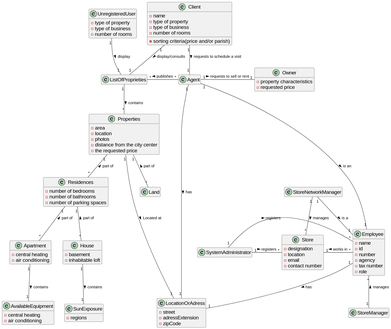
Earlier version of the PlantUML export docs/sprintA/global-artifacts/02.analysis/svg/project-domain-model.svg (PureNimble/ISEP-LAPR2). The source it was exported from:
```plantuml
@startuml
skinparam group 3.0
hide empty members
skinparam ClassFontSize 17
scale 4.0


class UnregisteredUser

class SystemAdministrator

class Agent

class Store

class StoreManager

class Owner

class StoreNetworkManager

class ListOfProprieties

class Client

class Apartment

class House

class Land

class AvailableEquipment

class SunExposure

class LocationOrAdress

class Employee

class Properties

class Residences


class SystemAdministrator{
}

class Employee{
-name
-id
-number
-agency
-tax number
-role
}

class Agent{

}

class Store{
-designation
-location
-email
-contact number
}

class StoreManager{

}


class Owner{
-property characteristics
-requested price
}

class StoreNetworkManager{
}

class Client{
-name
-type of property
-type of business
-number of rooms
-sorting criteria(price and/or parish)
}


class ListOfProprieties{
}

class Apartment{

-central heating
-air conditioning
}

class House{
-basement
-inhabitable loft
}

class Land{
}

class AvailableEquipment{
-central heating
-air conditioning
}

class SunExposure{
-regions
}


class LocationOrAdress{
-street
-adressExtension
-zipCode
}

class Properties{
-area
-location
-photos
-distance from the city center
-the requested price
}

class Residences{
-number of bedrooms
-number of bathrooms
-number of parking spaces
}

class UnregisteredUser{
-type of property
-type of business
-number of rooms
}

ListOfProprieties "1" -- "*" Properties: contains >

Properties "1" -- "*" Land : part of <
Properties "1" -- "*" Residences : part of <
Residences "1" -- "*" House : part of <
Residences "1" -- "*" Apartment : part of <
House "1" -- "1" SunExposure : contains >
Apartment "1" -- "1" AvailableEquipment : contains >

Properties"1" - "1" LocationOrAdress : Located at >

Agent"1" - "1" LocationOrAdress : has >

Agent"1" ---- "1" Employee : is an >

Employee"1" -- "1" LocationOrAdress: has >

StoreNetworkManager"1" -- "1" Employee: is a >

Employee"*" -- "1" StoreManager: manages <

SystemAdministrator"1" - "*" Store: registers >

Store"1" - "*" Employee: works in <

SystemAdministrator"1" - "*" Employee: registers >

StoreNetworkManager"1" -- "*" Store: manages >

ListOfProprieties "*" - "*" Agent: publishes <

Agent"1" - "1" Owner : requests to sell or rent >

Client"1" -- "1" Agent : requests to schedule a visit >

Client"1" -- "1" ListOfProprieties : display/consults >

UnregisteredUser"1" -- "1" ListOfProprieties : display >
@enduml
```
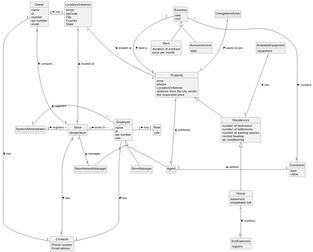
After the change.

Commit message:
Update domain model

Change to the diagram source:
```diff
@@ -1,9 +1,21 @@
 @startuml
-skinparam group 3.0
-hide empty members
-skinparam ClassFontSize 17
-scale 4.0
+skinparam groupInheritance 2
+skinparam monochrome true
+skinparam packageStyle rectangle
+skinparam shadowing false
+skinparam classAttributeIconSize 0
+hide circle
+hide methods
 
+class Contacts
+
+class Rent
+
+class Announcement
+
+class AvailableEquipment
+
+class Business
 
 class UnregisteredUser
 
@@ -19,17 +31,7 @@
 
 class StoreNetworkManager
 
-class ListOfProprieties
-
-class Client
-
-class Apartment
-
 class House
-
-class Land
-
-class AvailableEquipment
 
 class SunExposure
 
@@ -37,21 +39,27 @@
 
 class Employee
 
-class Properties
+class Property
 
 class Residences
 
+class Role
+
+class Comission
+
+class Rent{
+duration of contract
+price per month
+}
 
 class SystemAdministrator{
 }
 
 class Employee{
--name
--id
--number
--agency
--tax number
--role
+name
+id
+tax number
+role
 }
 
 class Agent{
@@ -59,10 +67,7 @@
 }
 
 class Store{
--designation
--location
--email
--contact number
+designation
 }
 
 class StoreManager{
@@ -71,111 +76,130 @@
 
 
 class Owner{
--property characteristics
--requested price
+name
+id
+number
+tax number
+email
 }
 
 class StoreNetworkManager{
 }
 
-class Client{
--name
--type of property
--type of business
--number of rooms
--sorting criteria(price and/or parish)
+class House{
+basement
+inhabitable loft
 }
 
 
-class ListOfProprieties{
-}
-
-class Apartment{
-
--central heating
--air conditioning
-}
-
-class House{
--basement
--inhabitable loft
-}
-
-class Land{
-}
-
-class AvailableEquipment{
--central heating
--air conditioning
-}
-
 class SunExposure{
--regions
+regions
 }
 
 
 class LocationOrAdress{
--street
--adressExtension
--zipCode
+street
+zipCode
+City
+Country
+State
 }
 
-class Properties{
--area
--location
--photos
--distance from the city center
--the requested price
+class Property {
+   area
+   photos
+   LocationOrAdress
+   distance from the city center
+   the requested price
 }
 
 class Residences{
--number of bedrooms
--number of bathrooms
--number of parking spaces
+number of bedrooms
+number of bathrooms
+number of parking spaces
+central heating
+air conditioning
 }
 
 class UnregisteredUser{
--type of property
--type of business
--number of rooms
 }
 
-ListOfProprieties "1" -- "*" Properties: contains >
+class Role{
+role
+}
 
-Properties "1" -- "*" Land : part of <
-Properties "1" -- "*" Residences : part of <
-Residences "1" -- "*" House : part of <
-Residences "1" -- "*" Apartment : part of <
-House "1" -- "1" SunExposure : contains >
-Apartment "1" -- "1" AvailableEquipment : contains >
+class AvailableEquipment{
+equipment
+}
 
-Properties"1" - "1" LocationOrAdress : Located at >
+class Business{
+sale
+rent
+}
 
-Agent"1" - "1" LocationOrAdress : has >
+class Announcement{
+date
+}
 
-Agent"1" ---- "1" Employee : is an >
+class Comission{
+    type
+    value
+}
 
-Employee"1" -- "1" LocationOrAdress: has >
+class Contacts{
+ Phone number
+ Email adress
+}
 
-StoreNetworkManager"1" -- "1" Employee: is a >
 
-Employee"*" -- "1" StoreManager: manages <
+SystemAdministrator "1" - "*" Store : registers >
 
-SystemAdministrator"1" - "*" Store: registers >
+LocationOrAdress "*" --- "1" Store : located at <
 
-Store"1" - "*" Employee: works in <
+Store "1" - "*" Employee : works in <
 
-SystemAdministrator"1" - "*" Employee: registers >
+SystemAdministrator "1" - "*" Employee : registers >
 
-StoreNetworkManager"1" -- "*" Store: manages >
+Employee "1" - "1" Role : has >
 
-ListOfProprieties "*" - "*" Agent: publishes <
+Employee <|--  StoreNetworkManager
 
-Agent"1" - "1" Owner : requests to sell or rent >
+Employee <|--  StoreManager
 
-Client"1" -- "1" Agent : requests to schedule a visit >
+Employee <|-- Agent
 
-Client"1" -- "1" ListOfProprieties : display/consults >
+Residences <|--- House
+Property <|-- Residences
 
-UnregisteredUser"1" -- "1" ListOfProprieties : display >
+Property "*" --- "1" Agent: publishes <
+
+AvailableEquipment "*" --- "1" Residences: has >
+
+Business  <|--  Announcement
+
+Business "1" --- "1" Property : have a >
+
+Business "*" --- "1" Comission : contains >
+
+Agent "1" - "1" Comission : defines >
+
+House "*" --- "1" SunExposure : contains >
+
+LocationOrAdress "*" --- "1" Property : located at <
+
+UnregisteredUser "*" --- "*" Property: wants to see >
+
+Business <|-- Rent
+
+Owner "1" ---- "1" Store: contacts >
+
+Owner "1" - "1" LocationOrAdress: has >
+
+Owner "1" -- "1" Contacts: has >
+
+Contacts "1" ----- "1" Store: has <
+
+Employee "1" -- "1" Contacts: has >
+
+Store "*" - "1" StoreNetworkManager  : manages <
 @enduml
```
